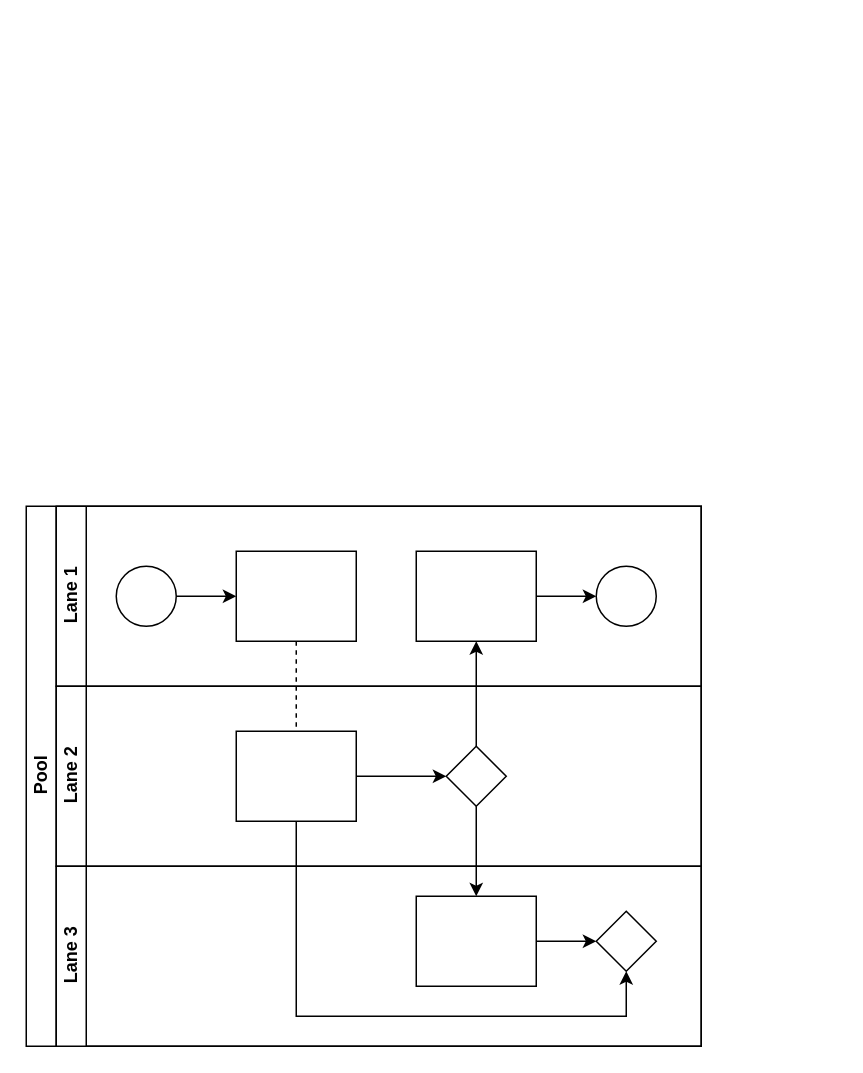
This is Diagrama sin título.drawio from C1ndyJS/IA, a draw.io file, before an edit. Source tidied: cells renumbered, new cells numbered last; positions are measured from the earlier drawing's top-left corner, leaving out a move shared by most shapes. Both pictures are drawn from the tidied source at 150%, with x=0, y=0 at pixel (26, 506).
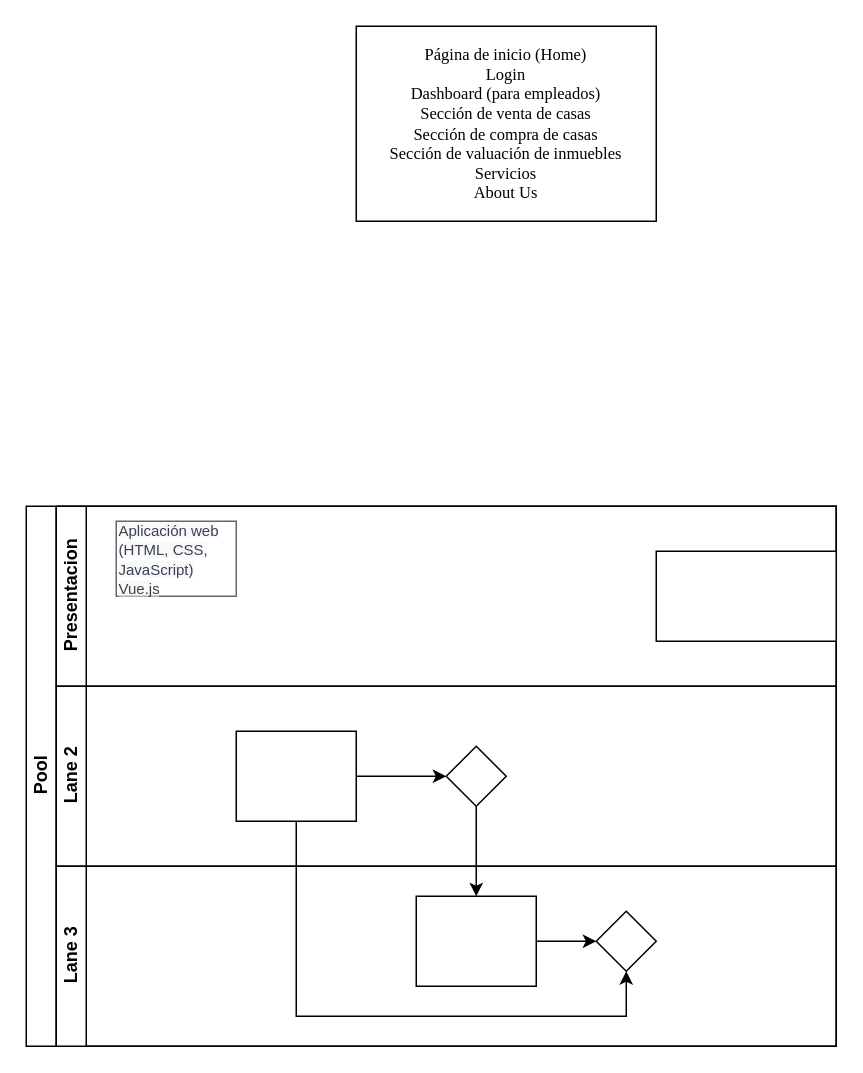
After the change.

The change refers to these unchanged cells:
```xml
<mxCell id="16" style="rounded=0;whiteSpace=wrap;html=1;fontFamily=Helvetica;fontSize=12;fontColor=#000000;align=center;" parent="14" vertex="1">
  <mxGeometry x="120" y="30" width="80" height="60" as="geometry" />
</mxCell>
<mxCell id="17" style="rhombus;whiteSpace=wrap;html=1;fontFamily=Helvetica;fontSize=12;fontColor=#000000;align=center;" parent="14" vertex="1">
  <mxGeometry x="260" y="40" width="40" height="40" as="geometry" />
</mxCell>
```

Change to the diagram source:
```diff
@@
     <mxCell id="2" value="Pool" style="swimlane;html=1;horizontal=0;startSize=20;" parent="1" vertex="1">
-      <mxGeometry width="450" height="360" as="geometry" />
+      <mxGeometry width="540" height="360" as="geometry" />
     </mxCell>
-    <mxCell id="3" style="edgeStyle=orthogonalEdgeStyle;rounded=0;jettySize=auto;html=1;dashed=1;endArrow=none;endFill=0;" parent="2" edge="1" source="10" target="16">
-      <mxGeometry relative="1" as="geometry" />
-    </mxCell>
-    <mxCell id="4" style="edgeStyle=orthogonalEdgeStyle;rounded=0;jettySize=auto;html=1;endArrow=classic;endFill=1;" parent="2" edge="1" source="17" target="12">
-      <mxGeometry relative="1" as="geometry" />
-    </mxCell>
@@
-    <mxCell id="7" value="Lane 1" style="swimlane;html=1;startSize=20;horizontal=0;" parent="2" vertex="1">
-      <mxGeometry x="20" width="430" height="120" as="geometry" />
+    <mxCell id="7" value="Presentacion" style="swimlane;html=1;startSize=20;horizontal=0;" parent="2" vertex="1">
+      <mxGeometry x="20" width="520" height="120" as="geometry" />
     </mxCell>
-    <mxCell id="8" style="edgeStyle=orthogonalEdgeStyle;rounded=0;jettySize=auto;html=1;" parent="7" edge="1" source="9" target="10">
-      <mxGeometry relative="1" as="geometry" />
-    </mxCell>
-    <mxCell id="9" style="ellipse;whiteSpace=wrap;html=1;" parent="7" vertex="1">
-      <mxGeometry x="40" y="40" width="40" height="40" as="geometry" />
-    </mxCell>
-    <mxCell id="10" style="rounded=0;whiteSpace=wrap;html=1;fontFamily=Helvetica;fontSize=12;fontColor=#000000;align=center;" parent="7" vertex="1">
-      <mxGeometry x="120" y="30" width="80" height="60" as="geometry" />
+    <mxCell id="10" value="&lt;p style=&quot;line-height: 100%;&quot;&gt;&lt;font style=&quot;font-size: 10px;&quot;&gt;&lt;span style=&quot;background-color: rgba(244, 244, 245, 0.5); color: rgb(55, 65, 81);&quot;&gt;Aplicación web (HTML, CSS, JavaScript)&lt;/span&gt;&lt;br&gt;&lt;span style=&quot;background-color: rgba(244, 244, 245, 0.5); color: rgb(55, 65, 81);&quot;&gt;Vue.js&lt;/span&gt;&lt;/font&gt;&lt;/p&gt;" style="rounded=0;whiteSpace=wrap;html=1;fontFamily=Helvetica;fontSize=12;fontColor=#000000;align=left;opacity=60;" parent="7" vertex="1">
+      <mxGeometry x="40" y="10" width="80" height="50" as="geometry" />
     </mxCell>
-    <mxCell id="11" style="edgeStyle=orthogonalEdgeStyle;rounded=0;jettySize=auto;html=1;endArrow=classic;endFill=1;" parent="7" edge="1" source="12" target="13">
-      <mxGeometry relative="1" as="geometry" />
-    </mxCell>
-    <mxCell id="12" style="rounded=0;whiteSpace=wrap;html=1;fontFamily=Helvetica;fontSize=12;fontColor=#000000;align=center;" parent="7" vertex="1">
-      <mxGeometry x="240" y="30" width="80" height="60" as="geometry" />
-    </mxCell>
-    <mxCell id="13" style="ellipse;whiteSpace=wrap;html=1;" parent="7" vertex="1">
-      <mxGeometry x="360" y="40" width="40" height="40" as="geometry" />
-    </mxCell>
+    <mxCell id="22" style="whiteSpace=wrap;html=1;fontColor=#000000;rounded=0;" parent="7" vertex="1">
+      <mxGeometry x="400" y="30" width="120" height="60" as="geometry" />
+    </mxCell>
     <mxCell id="14" value="Lane 2" style="swimlane;html=1;startSize=20;horizontal=0;" parent="2" vertex="1">
-      <mxGeometry x="20" y="120" width="430" height="120" as="geometry" />
+      <mxGeometry x="20" y="120" width="520" height="120" as="geometry" />
     </mxCell>
@@
     <mxCell id="18" value="Lane 3" style="swimlane;html=1;startSize=20;horizontal=0;" parent="2" vertex="1">
-      <mxGeometry x="20" y="240" width="430" height="120" as="geometry" />
+      <mxGeometry x="20" y="240" width="520" height="120" as="geometry" />
     </mxCell>
@@
+    <mxCell id="12" value="&lt;div style=&quot;font-size: 11px;&quot;&gt;&lt;font face=&quot;Times New Roman&quot; style=&quot;font-size: 11px;&quot;&gt;Página de inicio (Home)&lt;/font&gt;&lt;/div&gt;&lt;div style=&quot;font-size: 11px;&quot;&gt;&lt;font face=&quot;Times New Roman&quot; style=&quot;font-size: 11px;&quot;&gt;Login&lt;/font&gt;&lt;/div&gt;&lt;div style=&quot;font-size: 11px;&quot;&gt;&lt;font face=&quot;Times New Roman&quot; style=&quot;font-size: 11px;&quot;&gt;Dashboard (para empleados)&lt;/font&gt;&lt;/div&gt;&lt;div style=&quot;font-size: 11px;&quot;&gt;&lt;font face=&quot;Times New Roman&quot; style=&quot;font-size: 11px;&quot;&gt;Sección de venta de casas&lt;/font&gt;&lt;/div&gt;&lt;div style=&quot;font-size: 11px;&quot;&gt;&lt;font face=&quot;Times New Roman&quot; style=&quot;font-size: 11px;&quot;&gt;Sección de compra de casas&lt;/font&gt;&lt;/div&gt;&lt;div style=&quot;font-size: 11px;&quot;&gt;&lt;font face=&quot;Times New Roman&quot; style=&quot;font-size: 11px;&quot;&gt;Sección de valuación de inmuebles&lt;/font&gt;&lt;/div&gt;&lt;div style=&quot;font-size: 11px;&quot;&gt;&lt;font face=&quot;Times New Roman&quot; style=&quot;font-size: 11px;&quot;&gt;Servicios&lt;/font&gt;&lt;/div&gt;&lt;div style=&quot;font-size: 11px;&quot;&gt;&lt;font face=&quot;Times New Roman&quot; style=&quot;font-size: 11px;&quot;&gt;About Us&lt;/font&gt;&lt;/div&gt;" style="rounded=0;whiteSpace=wrap;html=1;fontFamily=Helvetica;fontSize=12;fontColor=#000000;align=center;" parent="1" vertex="1">
+      <mxGeometry x="220" y="-320" width="200" height="130" as="geometry" />
+    </mxCell>
```
